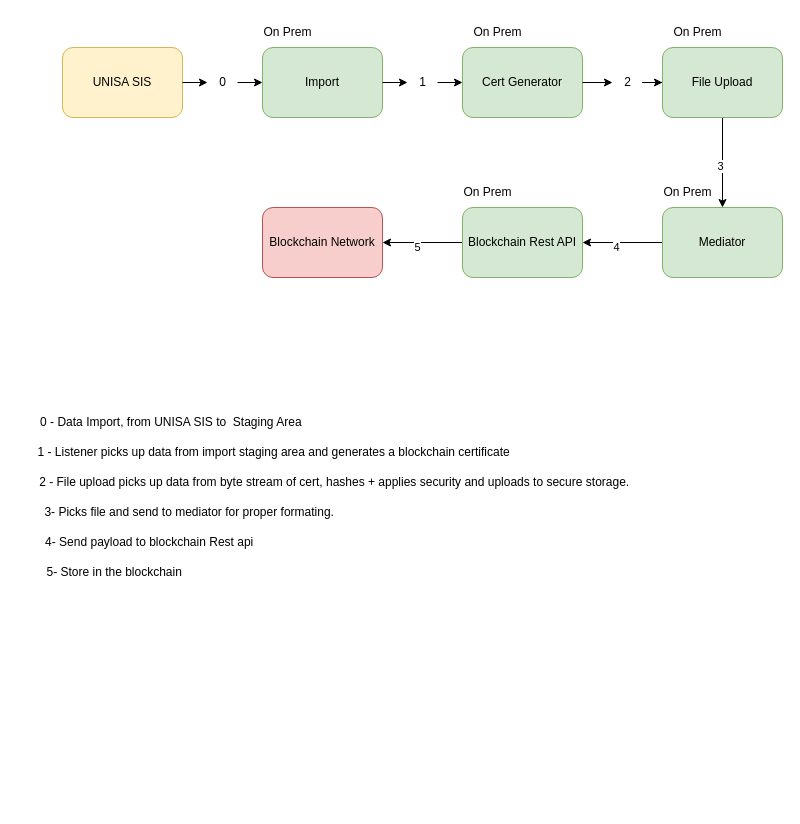
This is ConceptualDesign2.drawio from SifisoMzansi/architecture-diagrams, a draw.io file, before an edit. Source tidied: cells renumbered, new cells numbered last; positions are measured from the earlier drawing's top-left corner, leaving out a move shared by most shapes. Both pictures are drawn from the tidied source at 100%, with x=0, y=0 at pixel (22, 17).
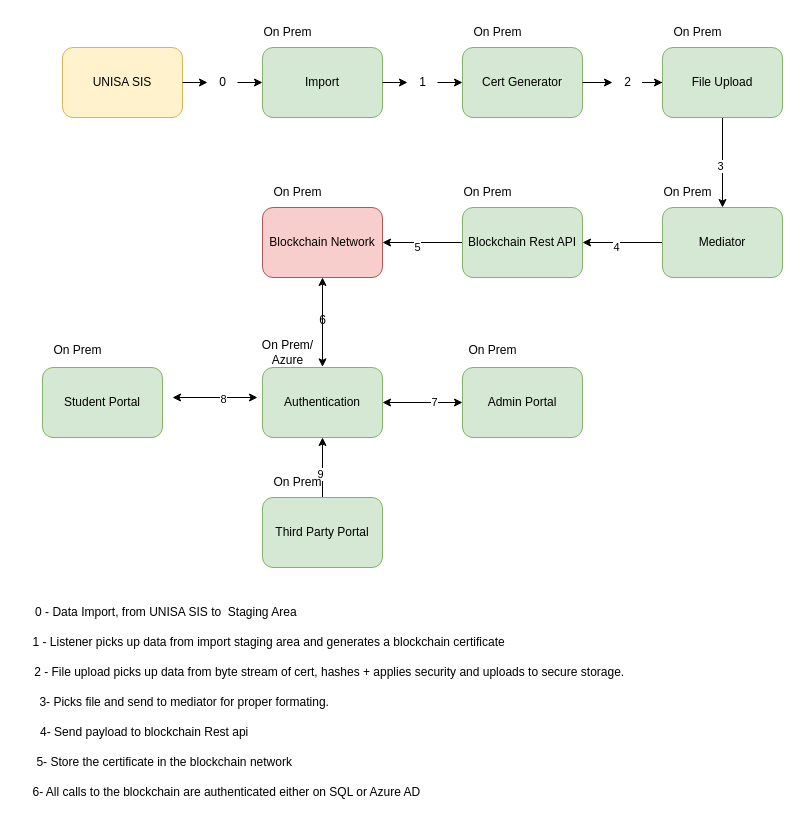
The same page after the edit.

The change refers to these unchanged cells:
```xml
<mxCell id="28" value="Blockchain Network" style="rounded=1;whiteSpace=wrap;html=1;fillColor=#f8cecc;strokeColor=#b85450;" parent="1" vertex="1">
  <mxGeometry x="240" y="190" width="120" height="70" as="geometry" />
</mxCell>
```

The edit, as a diff of the source:
```diff
@@
     <mxCell id="6" value="0 - Data Import, from UNISA SIS to&amp;nbsp; Staging Area&amp;nbsp;" style="text;html=1;align=center;verticalAlign=middle;strokeColor=none;fillColor=none;" parent="1" vertex="1">
-      <mxGeometry x="10" y="390" width="280" height="30" as="geometry" />
+      <mxGeometry x="5" y="580" width="280" height="30" as="geometry" />
     </mxCell>
@@
     <mxCell id="9" value="&amp;nbsp; &amp;nbsp; 1 - Listener picks up data from import staging area and generates a blockchain certificate&lt;span style=&quot;white-space: pre;&quot;&gt;&#9;&lt;/span&gt;" style="text;html=1;align=center;verticalAlign=middle;strokeColor=none;fillColor=none;" parent="1" vertex="1">
-      <mxGeometry y="420" width="510" height="30" as="geometry" />
+      <mxGeometry x="-5" y="610" width="510" height="30" as="geometry" />
     </mxCell>
@@
     <mxCell id="13" value="&amp;nbsp; &amp;nbsp; 2 - File upload picks up data from byte stream of cert, hashes + applies security and uploads to secure storage." style="text;html=1;align=center;verticalAlign=middle;strokeColor=none;fillColor=none;" parent="1" vertex="1">
-      <mxGeometry y="450" width="610" height="30" as="geometry" />
+      <mxGeometry x="-5" y="640" width="610" height="30" as="geometry" />
     </mxCell>
@@
     <mxCell id="26" value="&amp;nbsp; &amp;nbsp; 3- Picks file and send to mediator for proper formating." style="text;html=1;align=center;verticalAlign=middle;strokeColor=none;fillColor=none;" parent="1" vertex="1">
-      <mxGeometry y="480" width="320" height="30" as="geometry" />
+      <mxGeometry x="-5" y="670" width="320" height="30" as="geometry" />
     </mxCell>
     <mxCell id="27" value="&amp;nbsp; &amp;nbsp; 4- Send payload to blockchain Rest api" style="text;html=1;align=center;verticalAlign=middle;strokeColor=none;fillColor=none;" parent="1" vertex="1">
-      <mxGeometry y="510" width="240" height="30" as="geometry" />
+      <mxGeometry x="-5" y="700" width="240" height="30" as="geometry" />
     </mxCell>
@@
-    <mxCell id="29" value="&amp;nbsp; &amp;nbsp; 5- Store in the blockchain" style="text;html=1;align=center;verticalAlign=middle;strokeColor=none;fillColor=none;" parent="1" vertex="1">
-      <mxGeometry y="540" width="170" height="30" as="geometry" />
+    <mxCell id="29" value="&amp;nbsp; &amp;nbsp; 5- Store the certificate in the blockchain network" style="text;html=1;align=center;verticalAlign=middle;strokeColor=none;fillColor=none;" parent="1" vertex="1">
+      <mxGeometry x="-5" y="730" width="280" height="30" as="geometry" />
     </mxCell>
@@
+    <mxCell id="35" value="Authentication" style="rounded=1;whiteSpace=wrap;html=1;fillColor=#d5e8d4;strokeColor=#82b366;" parent="1" vertex="1">
+      <mxGeometry x="240" y="350" width="120" height="70" as="geometry" />
+    </mxCell>
+    <mxCell id="36" style="endArrow=classic;startArrow=classic;html=1;rounded=0;entryX=0.5;entryY=1;entryDx=0;entryDy=0;exitX=1;exitY=0.86;exitDx=0;exitDy=0;exitPerimeter=0;" parent="1" edge="1" source="49" target="28">
+      <mxGeometry relative="1" as="geometry" />
+    </mxCell>
+    <mxCell id="37" value="Student Portal" style="rounded=1;whiteSpace=wrap;html=1;fillColor=#d5e8d4;strokeColor=#82b366;" parent="1" vertex="1">
+      <mxGeometry x="20" y="350" width="120" height="70" as="geometry" />
+    </mxCell>
+    <mxCell id="38" style="edgeStyle=orthogonalEdgeStyle;rounded=0;jettySize=auto;html=1;entryX=0.5;entryY=1;entryDx=0;entryDy=0;" parent="1" edge="1" source="40" target="35">
+      <mxGeometry relative="1" as="geometry" />
+    </mxCell>
+    <mxCell id="39" value="9" style="edgeLabel;html=1;align=center;verticalAlign=middle;" parent="38" vertex="1">
+      <mxGeometry x="-0.19" y="3" relative="1" as="geometry" />
+    </mxCell>
+    <mxCell id="40" value="Third Party Portal" style="rounded=1;whiteSpace=wrap;html=1;fillColor=#d5e8d4;strokeColor=#82b366;" parent="1" vertex="1">
+      <mxGeometry x="240" y="480" width="120" height="70" as="geometry" />
+    </mxCell>
+    <mxCell id="41" value="Admin Portal" style="rounded=1;whiteSpace=wrap;html=1;fillColor=#d5e8d4;strokeColor=#82b366;" parent="1" vertex="1">
+      <mxGeometry x="440" y="350" width="120" height="70" as="geometry" />
+    </mxCell>
+    <mxCell id="42" value="6" style="text;html=1;align=center;verticalAlign=middle;strokeColor=none;fillColor=none;" parent="1" vertex="1">
+      <mxGeometry x="285" y="288" width="30" height="30" as="geometry" />
+    </mxCell>
+    <mxCell id="43" style="endArrow=classic;startArrow=classic;html=1;rounded=0;exitX=1;exitY=0.5;exitDx=0;exitDy=0;entryX=0;entryY=0.5;entryDx=0;entryDy=0;" parent="1" edge="1" source="35" target="41">
+      <mxGeometry relative="1" as="geometry" />
+    </mxCell>
+    <mxCell id="44" value="7" style="edgeLabel;html=1;align=center;verticalAlign=middle;" parent="43" vertex="1">
+      <mxGeometry x="0.28" y="1" relative="1" as="geometry" />
+    </mxCell>
+    <mxCell id="45" style="endArrow=classic;startArrow=classic;html=1;rounded=0;" parent="1" edge="1">
+      <mxGeometry relative="1" as="geometry">
+        <mxPoint x="150" y="380" as="sourcePoint" />
+        <mxPoint x="235" y="380" as="targetPoint" />
+      </mxGeometry>
+    </mxCell>
+    <mxCell id="46" value="8" style="edgeLabel;html=1;align=center;verticalAlign=middle;" parent="45" vertex="1">
+      <mxGeometry x="0.18" y="-1" relative="1" as="geometry" />
+    </mxCell>
+    <mxCell id="47" value="On Prem" style="text;html=1;align=center;verticalAlign=middle;strokeColor=none;fillColor=none;" parent="1" vertex="1">
+      <mxGeometry x="435" y="318" width="70" height="30" as="geometry" />
+    </mxCell>
+    <mxCell id="48" value="On Prem" style="text;html=1;align=center;verticalAlign=middle;strokeColor=none;fillColor=none;" parent="1" vertex="1">
+      <mxGeometry x="20" y="318" width="70" height="30" as="geometry" />
+    </mxCell>
+    <mxCell id="49" value="On Prem/&lt;div&gt;Azure&lt;/div&gt;" style="text;html=1;align=center;verticalAlign=middle;points=[];strokeColor=none;fillColor=none;" parent="1" vertex="1">
+      <mxGeometry x="230" y="315" width="70" height="40" as="geometry" />
+    </mxCell>
+    <mxCell id="50" value="On Prem" style="text;html=1;align=center;verticalAlign=middle;strokeColor=none;fillColor=none;" parent="1" vertex="1">
+      <mxGeometry x="240" y="160" width="70" height="30" as="geometry" />
+    </mxCell>
+    <mxCell id="51" value="On Prem" style="text;html=1;align=center;verticalAlign=middle;strokeColor=none;fillColor=none;" parent="1" vertex="1">
+      <mxGeometry x="240" y="450" width="70" height="30" as="geometry" />
+    </mxCell>
+    <mxCell id="52" value="6- All calls to the blockchain are authenticated either on SQL or Azure AD&lt;span style=&quot;white-space: pre;&quot;&gt;&#9;&lt;/span&gt;" style="text;html=1;align=center;verticalAlign=middle;strokeColor=none;fillColor=none;" parent="1" vertex="1">
+      <mxGeometry x="5" y="760" width="410" height="30" as="geometry" />
+    </mxCell>
```
